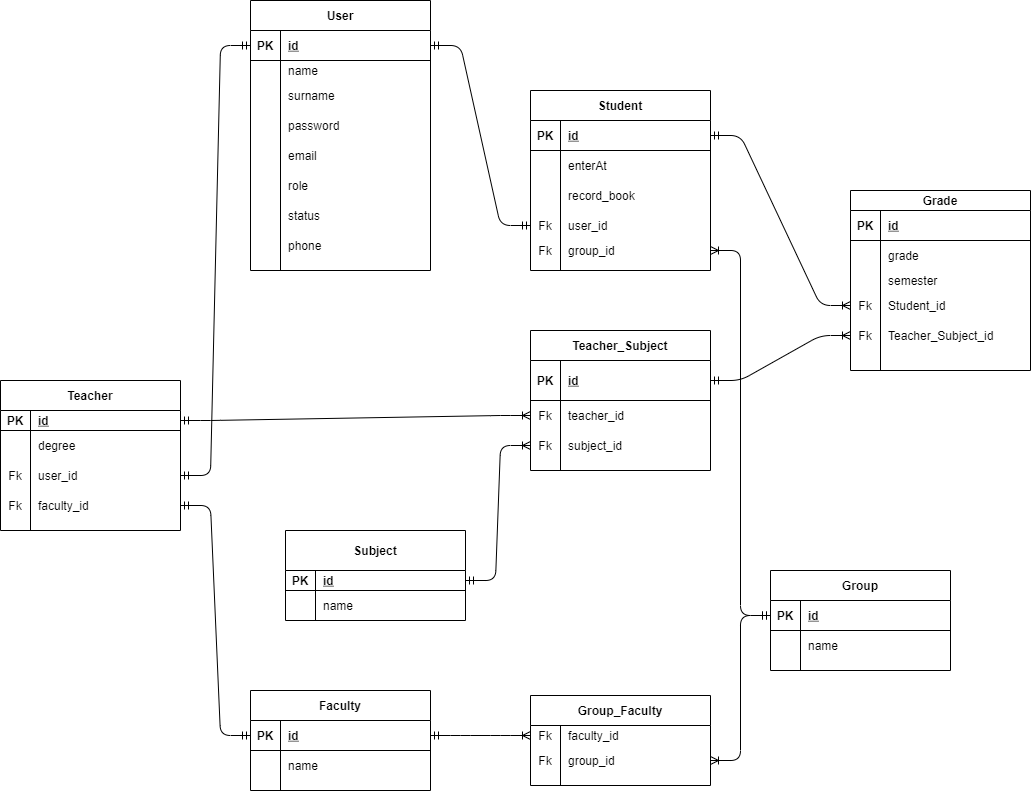
This is images/database.png from anrysliusar/Gradebook, a draw.io export, as it was before one commit. Source tidied: cells renumbered, new cells last; positions are measured from the earlier drawing's top-left corner, leaving out a move shared by most shapes.
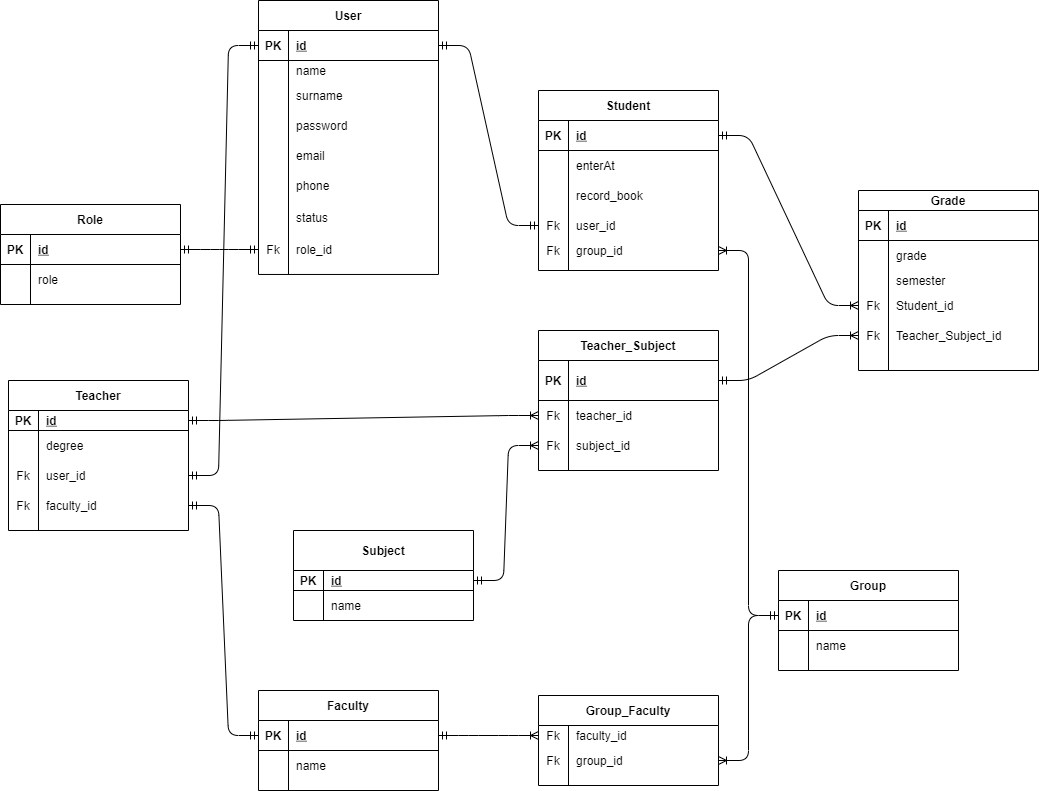
Later version of the same file.

Commit message:
add entity Role to db scheme

What changed in the source:
```diff
@@ -3,7 +3,7 @@
     <mxCell id="0" />
     <mxCell id="1" parent="0" />
     <mxCell id="2" value="User" style="shape=table;startSize=30;rowLines=0;fontStyle=1;align=center;" parent="1" vertex="1">
-      <mxGeometry x="250" width="180" height="270" as="geometry" />
+      <mxGeometry x="250" width="180" height="274" as="geometry" />
     </mxCell>
     <mxCell id="3" style="shape=partialRectangle;fillColor=none;top=0;left=0;bottom=1;right=0;points=[[0,0.5],[1,0.5]];portConstraint=eastwest;" parent="2" vertex="1">
       <mxGeometry y="30" width="180" height="30" as="geometry" />
@@ -56,25 +56,25 @@
     <mxCell id="19" style="shape=partialRectangle;fillColor=none;top=0;left=0;bottom=0;right=0;overflow=hidden;" parent="18" vertex="1">
       <mxGeometry width="30" height="30" as="geometry" />
     </mxCell>
-    <mxCell id="20" value="role" style="shape=partialRectangle;fillColor=none;top=0;left=0;bottom=0;right=0;align=left;spacingLeft=6;overflow=hidden;" parent="18" vertex="1">
+    <mxCell id="20" value="phone" style="shape=partialRectangle;fillColor=none;top=0;left=0;bottom=0;right=0;align=left;spacingLeft=6;overflow=hidden;" parent="18" vertex="1">
       <mxGeometry x="30" width="150" height="30" as="geometry" />
     </mxCell>
     <mxCell id="21" style="shape=partialRectangle;fillColor=none;top=0;left=0;bottom=0;right=0;" parent="2" vertex="1">
-      <mxGeometry y="200" width="180" height="30" as="geometry" />
+      <mxGeometry y="200" width="180" height="34" as="geometry" />
     </mxCell>
     <mxCell id="22" style="shape=partialRectangle;fillColor=none;top=0;left=0;bottom=0;right=0;overflow=hidden;" parent="21" vertex="1">
-      <mxGeometry width="30" height="30" as="geometry" />
+      <mxGeometry width="30" height="34" as="geometry" />
     </mxCell>
     <mxCell id="23" value="status" style="shape=partialRectangle;fillColor=none;top=0;left=0;bottom=0;right=0;align=left;spacingLeft=6;overflow=hidden;" parent="21" vertex="1">
-      <mxGeometry x="30" width="150" height="30" as="geometry" />
+      <mxGeometry x="30" width="150" height="34" as="geometry" />
     </mxCell>
     <mxCell id="24" style="shape=partialRectangle;fillColor=none;top=0;left=0;bottom=0;right=0;points=[[0,0.5],[1,0.5]];portConstraint=eastwest;" parent="2" vertex="1">
-      <mxGeometry y="230" width="180" height="30" as="geometry" />
+      <mxGeometry y="234" width="180" height="30" as="geometry" />
     </mxCell>
-    <mxCell id="25" style="shape=partialRectangle;fillColor=none;top=0;left=0;bottom=0;right=0;overflow=hidden;" parent="24" vertex="1">
+    <mxCell id="25" value="Fk" style="shape=partialRectangle;fillColor=none;top=0;left=0;bottom=0;right=0;overflow=hidden;" parent="24" vertex="1">
       <mxGeometry width="30" height="30" as="geometry" />
     </mxCell>
-    <mxCell id="26" value="phone" style="shape=partialRectangle;fillColor=none;top=0;left=0;bottom=0;right=0;align=left;spacingLeft=6;overflow=hidden;" parent="24" vertex="1">
+    <mxCell id="26" value="role_id" style="shape=partialRectangle;fillColor=none;top=0;left=0;bottom=0;right=0;align=left;spacingLeft=6;overflow=hidden;" parent="24" vertex="1">
       <mxGeometry x="30" width="150" height="30" as="geometry" />
     </mxCell>
     <mxCell id="27" value="Student" style="shape=table;startSize=30;rowLines=0;fontStyle=1;align=center;" parent="1" vertex="1">
@@ -356,5 +356,29 @@
     <mxCell id="119" style="edgeStyle=entityRelationEdgeStyle;fontSize=12;html=1;endArrow=ERoneToMany;startArrow=ERmandOne;exitX=0;exitY=0.5;exitDx=0;exitDy=0;entryX=1;entryY=0.5;entryDx=0;entryDy=0;" parent="1" edge="1" source="45" target="40">
       <mxGeometry relative="1" as="geometry" />
     </mxCell>
+    <mxCell id="120" value="Role" style="shape=table;startSize=30;rowLines=0;fontStyle=1;align=center;" parent="1" vertex="1">
+      <mxGeometry x="-8" y="204" width="180" height="100" as="geometry" />
+    </mxCell>
+    <mxCell id="121" style="shape=partialRectangle;fillColor=none;top=0;left=0;bottom=1;right=0;points=[[0,0.5],[1,0.5]];portConstraint=eastwest;" parent="120" vertex="1">
+      <mxGeometry y="30" width="180" height="30" as="geometry" />
+    </mxCell>
+    <mxCell id="122" value="PK" style="shape=partialRectangle;fillColor=none;top=0;left=0;bottom=0;right=0;fontStyle=1;overflow=hidden;" parent="121" vertex="1">
+      <mxGeometry width="30" height="30" as="geometry" />
+    </mxCell>
+    <mxCell id="123" value="id" style="shape=partialRectangle;fillColor=none;top=0;left=0;bottom=0;right=0;align=left;spacingLeft=6;fontStyle=5;overflow=hidden;" parent="121" vertex="1">
+      <mxGeometry x="30" width="150" height="30" as="geometry" />
+    </mxCell>
+    <mxCell id="124" style="shape=partialRectangle;fillColor=none;top=0;left=0;bottom=0;right=0;" parent="120" vertex="1">
+      <mxGeometry y="60" width="180" height="30" as="geometry" />
+    </mxCell>
+    <mxCell id="125" style="shape=partialRectangle;fillColor=none;top=0;left=0;bottom=0;right=0;overflow=hidden;" parent="124" vertex="1">
+      <mxGeometry width="30" height="30" as="geometry" />
+    </mxCell>
+    <mxCell id="126" value="role" style="shape=partialRectangle;fillColor=none;top=0;left=0;bottom=0;right=0;align=left;spacingLeft=6;overflow=hidden;" parent="124" vertex="1">
+      <mxGeometry x="30" width="150" height="30" as="geometry" />
+    </mxCell>
+    <mxCell id="127" style="edgeStyle=entityRelationEdgeStyle;fontSize=12;html=1;endArrow=ERmandOne;startArrow=ERmandOne;exitX=1;exitY=0.5;exitDx=0;exitDy=0;entryX=0;entryY=0.5;entryDx=0;entryDy=0;" parent="1" edge="1" source="121" target="24">
+      <mxGeometry relative="1" as="geometry" />
+    </mxCell>
   </root>
 </mxGraphModel>
```
